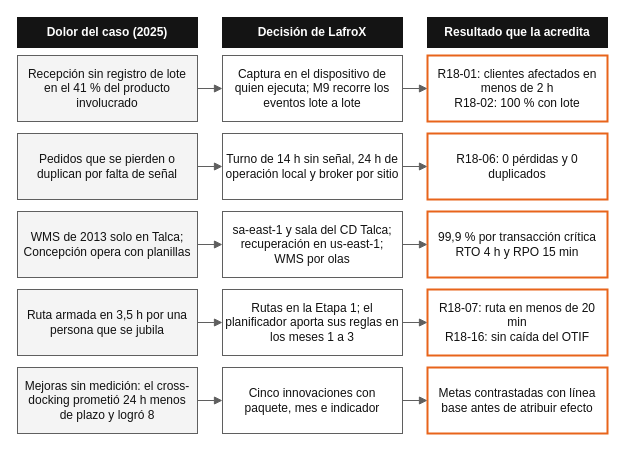
The draw.io diagram subdocumento-14/figuras/fuentes/mapa-valor.drawio in PatricioH315/LafroX, before the edit. Source tidied: cells renumbered, new cells numbered last; positions are measured from the earlier drawing's top-left corner, leaving out a move shared by most shapes. Both pictures are drawn from the tidied source at 100%, with x=0, y=0 at pixel (17, 17).
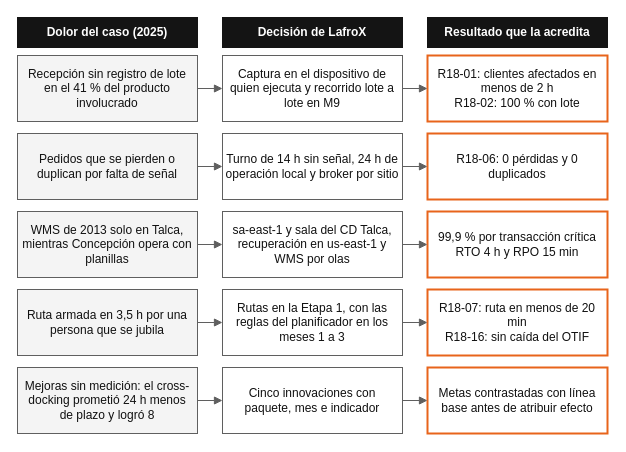
Above is the later version.

Diff of the diagram source:
```diff
@@
-    <mxCell id="6" value="Captura en el dispositivo de quien ejecuta; M9 recorre los eventos lote a lote" style="rounded=0;whiteSpace=wrap;html=1;fontFamily=Helvetica;fontSize=12;fontColor=#111111;strokeColor=#5F5F5F;spacing=4;fillColor=#FFFFFF;" parent="1" vertex="1">
+    <mxCell id="6" value="Captura en el dispositivo de quien ejecuta y recorrido lote a lote en M9" style="rounded=0;whiteSpace=wrap;html=1;fontFamily=Helvetica;fontSize=12;fontColor=#111111;strokeColor=#5F5F5F;spacing=4;fillColor=#FFFFFF;" parent="1" vertex="1">
       <mxGeometry x="205" y="38" width="180" height="66" as="geometry" />
     </mxCell>
@@
-    <mxCell id="15" value="WMS de 2013 solo en Talca; Concepción opera con planillas" style="rounded=0;whiteSpace=wrap;html=1;fontFamily=Helvetica;fontSize=12;fontColor=#111111;strokeColor=#5F5F5F;spacing=4;fillColor=#F4F4F4;" parent="1" vertex="1">
+    <mxCell id="15" value="WMS de 2013 solo en Talca, mientras Concepción opera con planillas" style="rounded=0;whiteSpace=wrap;html=1;fontFamily=Helvetica;fontSize=12;fontColor=#111111;strokeColor=#5F5F5F;spacing=4;fillColor=#F4F4F4;" parent="1" vertex="1">
       <mxGeometry y="194" width="180" height="66" as="geometry" />
     </mxCell>
-    <mxCell id="16" value="sa-east-1 y sala del CD Talca; recuperación en us-east-1; WMS por olas" style="rounded=0;whiteSpace=wrap;html=1;fontFamily=Helvetica;fontSize=12;fontColor=#111111;strokeColor=#5F5F5F;spacing=4;fillColor=#FFFFFF;" parent="1" vertex="1">
+    <mxCell id="16" value="sa-east-1 y sala del CD Talca, recuperación en us-east-1 y WMS por olas" style="rounded=0;whiteSpace=wrap;html=1;fontFamily=Helvetica;fontSize=12;fontColor=#111111;strokeColor=#5F5F5F;spacing=4;fillColor=#FFFFFF;" parent="1" vertex="1">
       <mxGeometry x="205" y="194" width="180" height="66" as="geometry" />
     </mxCell>
@@
-    <mxCell id="21" value="Rutas en la Etapa 1; el planificador aporta sus reglas en los meses 1 a 3" style="rounded=0;whiteSpace=wrap;html=1;fontFamily=Helvetica;fontSize=12;fontColor=#111111;strokeColor=#5F5F5F;spacing=4;fillColor=#FFFFFF;" parent="1" vertex="1">
+    <mxCell id="21" value="Rutas en la Etapa 1, con las reglas del planificador en los meses 1 a 3" style="rounded=0;whiteSpace=wrap;html=1;fontFamily=Helvetica;fontSize=12;fontColor=#111111;strokeColor=#5F5F5F;spacing=4;fillColor=#FFFFFF;" parent="1" vertex="1">
       <mxGeometry x="205" y="272" width="180" height="66" as="geometry" />
     </mxCell>
```
